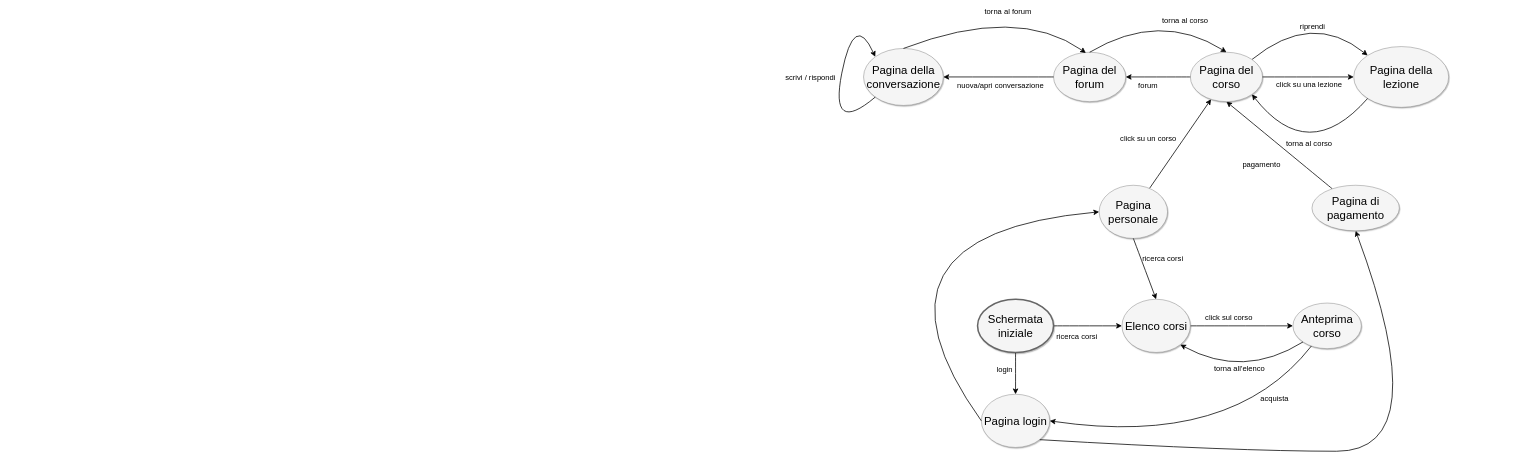
This is Untitled Diagram.drawio from PaleAle0704/tdp, a draw.io file, before an edit. Source tidied: cells renumbered, new cells numbered last; positions are measured from the earlier drawing's top-left corner, leaving out a move shared by most shapes. Both pictures are drawn from the tidied source at 38%, with x=0, y=0 at pixel (829, 5).
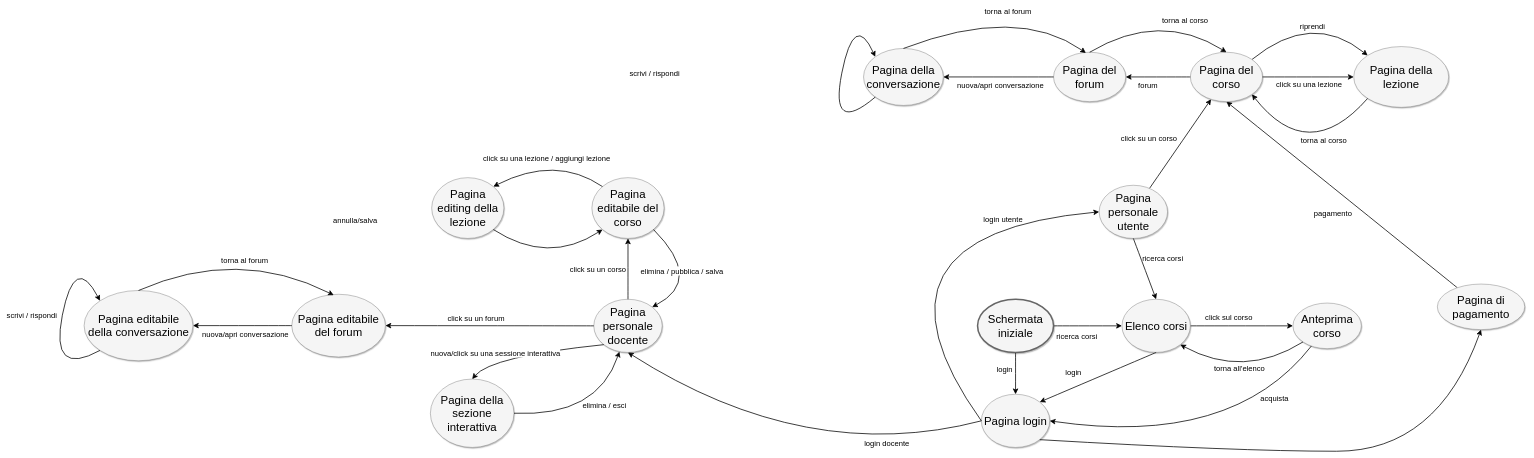
The same page after the edit.

The change refers to these unchanged cells:
```xml
<mxCell id="7" style="edgeStyle=none;curved=1;html=1;startSize=10;endFill=1;endSize=10;strokeWidth=2;fontSize=12;entryX=0.5;entryY=1;entryDx=0;entryDy=0;" parent="1" edge="1" source="21" target="18">
  <mxGeometry relative="1" as="geometry" />
</mxCell>
<mxCell id="9" style="edgeStyle=none;curved=1;html=1;startSize=10;endFill=1;endSize=10;strokeWidth=2;fontSize=12;" parent="1" edge="1" source="11" target="18">
  <mxGeometry relative="1" as="geometry" />
</mxCell>
<mxCell id="14" value="Elenco corsi" style="ellipse;whiteSpace=wrap;html=1;rounded=0;shadow=1;strokeColor=#666666;strokeWidth=1;fontSize=30;align=center;fillColor=#f5f5f5;" parent="1" vertex="1">
  <mxGeometry x="770" y="775" width="180" height="140" as="geometry" />
</mxCell>
<mxCell id="27" style="edgeStyle=none;curved=1;html=1;startSize=10;endFill=1;endSize=10;strokeWidth=2;fontSize=12;exitX=0;exitY=1;exitDx=0;exitDy=0;entryX=1;entryY=1;entryDx=0;entryDy=0;" parent="1" edge="1" source="25" target="18">
  <mxGeometry relative="1" as="geometry">
    <Array as="points">
      <mxPoint x="1259.9" y="425" />
    </Array>
  </mxGeometry>
</mxCell>
<mxCell id="31" value="Pagina login" style="ellipse;whiteSpace=wrap;html=1;rounded=0;shadow=1;strokeColor=#666666;strokeWidth=1;fontSize=30;align=center;fillColor=#f5f5f5;" parent="1" vertex="1">
  <mxGeometry x="400" y="1025" width="180" height="140" as="geometry" />
</mxCell>
<mxCell id="44" style="edgeStyle=none;curved=1;html=1;startSize=10;endFill=1;endSize=10;strokeWidth=2;fontSize=12;entryX=0;entryY=0;entryDx=0;entryDy=0;exitX=0;exitY=1;exitDx=0;exitDy=0;" parent="1" edge="1" source="39" target="39">
  <mxGeometry relative="1" as="geometry">
    <Array as="points">
      <mxPoint y="345" />
      <mxPoint x="65.5" y="15" />
    </Array>
  </mxGeometry>
</mxCell>
```

What changed in the source:
```diff
@@
     <mxCell id="8" value="pagamento" style="text;html=1;align=center;verticalAlign=middle;labelBackgroundColor=#ffffff;fontSize=20;" parent="7" vertex="1">
       <mxGeometry x="0.15" relative="1" as="geometry">
-        <mxPoint x="-27" y="67" as="offset" />
+        <mxPoint x="22" y="85" as="offset" />
       </mxGeometry>
     </mxCell>
@@
     <mxCell id="10" value="click su un corso" style="text;html=1;align=center;verticalAlign=middle;labelBackgroundColor=#ffffff;fontSize=20;" parent="9" vertex="1">
       <mxGeometry x="0.17" y="-3" relative="1" as="geometry">
-        <mxPoint x="-101" y="4" as="offset" />
+        <mxPoint x="-99" y="4" as="offset" />
       </mxGeometry>
     </mxCell>
-    <mxCell id="11" value="Pagina personale" style="ellipse;whiteSpace=wrap;html=1;rounded=0;shadow=1;strokeColor=#666666;strokeWidth=1;fontSize=30;align=center;fillColor=#f5f5f5;" parent="1" vertex="1">
+    <mxCell id="11" value="&lt;div&gt;Pagina personale&lt;/div&gt;&lt;div&gt;utente&lt;br&gt;&lt;/div&gt;" style="ellipse;whiteSpace=wrap;html=1;rounded=0;shadow=1;strokeColor=#666666;strokeWidth=1;fontSize=30;align=center;fillColor=#f5f5f5;" parent="1" vertex="1">
       <mxGeometry x="710" y="475" width="180" height="140" as="geometry" />
     </mxCell>
@@
     <mxCell id="21" value="Pagina di pagamento" style="ellipse;whiteSpace=wrap;html=1;rounded=0;shadow=1;strokeColor=#666666;strokeWidth=1;fontSize=30;align=center;fillColor=#f5f5f5;" parent="1" vertex="1">
-      <mxGeometry x="1270" y="475" width="230" height="120" as="geometry" />
+      <mxGeometry x="1600" y="735" width="230" height="120" as="geometry" />
     </mxCell>
@@
     <mxCell id="28" value="torna al corso" style="text;html=1;align=center;verticalAlign=middle;labelBackgroundColor=#ffffff;fontSize=20;" parent="27" vertex="1">
       <mxGeometry x="-0.07" y="-5" relative="1" as="geometry">
-        <mxPoint x="-5" y="-47" as="offset" />
+        <mxPoint x="34" y="-55" as="offset" />
       </mxGeometry>
     </mxCell>
@@
     <mxCell id="45" value="scrivi / rispondi" style="text;html=1;align=center;verticalAlign=middle;labelBackgroundColor=#ffffff;fontSize=20;" parent="44" vertex="1">
       <mxGeometry x="0.17" y="-3" relative="1" as="geometry">
-        <mxPoint x="-94" y="50" as="offset" />
+        <mxPoint x="-504" y="40" as="offset" />
       </mxGeometry>
     </mxCell>
+    <mxCell id="46" style="edgeStyle=none;curved=1;html=1;startSize=10;endArrow=classic;endFill=1;endSize=10;strokeColor=#000000;strokeWidth=2;fontSize=12;entryX=1;entryY=0;entryDx=0;entryDy=0;exitX=0.5;exitY=1;exitDx=0;exitDy=0;" parent="1" edge="1" source="14" target="31">
+      <mxGeometry relative="1" as="geometry" />
+    </mxCell>
+    <mxCell id="47" value="login" style="text;html=1;align=center;verticalAlign=middle;labelBackgroundColor=none;fontSize=20;" parent="46" vertex="1">
+      <mxGeometry x="0.25" y="-5" relative="1" as="geometry">
+        <mxPoint x="-25" y="-25" as="offset" />
+      </mxGeometry>
+    </mxCell>
+    <mxCell id="48" value="login utente" style="text;html=1;align=center;verticalAlign=middle;labelBackgroundColor=none;fontSize=20;" parent="1" vertex="1">
+      <mxGeometry x="1540" y="1055" as="geometry">
+        <mxPoint x="-1084" y="-492" as="offset" />
+      </mxGeometry>
+    </mxCell>
+    <mxCell id="49" value="&lt;div&gt;Pagina personale&lt;/div&gt;&lt;div&gt;docente&lt;br&gt;&lt;/div&gt;" style="ellipse;whiteSpace=wrap;html=1;rounded=0;shadow=1;strokeColor=#666666;strokeWidth=1;fontSize=30;align=center;fillColor=#f5f5f5;" parent="1" vertex="1">
+      <mxGeometry x="-619.9" y="775" width="180" height="140" as="geometry" />
+    </mxCell>
+    <mxCell id="50" style="edgeStyle=none;curved=1;html=1;startSize=10;endArrow=classic;endFill=1;endSize=10;strokeColor=#000000;strokeWidth=2;fontSize=12;entryX=0.5;entryY=1;entryDx=0;entryDy=0;exitX=0;exitY=0.5;exitDx=0;exitDy=0;" parent="1" edge="1" source="31" target="49">
+      <mxGeometry relative="1" as="geometry">
+        <Array as="points">
+          <mxPoint x="-60" y="1215" />
+        </Array>
+      </mxGeometry>
+    </mxCell>
+    <mxCell id="51" value="login docente" style="text;html=1;align=center;verticalAlign=middle;labelBackgroundColor=#ffffff;fontSize=20;" parent="1" vertex="1">
+      <mxGeometry x="160" y="1155" as="geometry">
+        <mxPoint x="-10" y="-2" as="offset" />
+      </mxGeometry>
+    </mxCell>
+    <mxCell id="52" value="Pagina editabile del corso" style="ellipse;whiteSpace=wrap;html=1;rounded=0;shadow=1;strokeColor=#666666;strokeWidth=1;fontSize=30;align=center;fillColor=#f5f5f5;" parent="1" vertex="1">
+      <mxGeometry x="-624.9" y="455" width="190" height="160" as="geometry" />
+    </mxCell>
+    <mxCell id="53" style="edgeStyle=none;curved=1;html=1;startSize=10;endFill=1;endSize=10;strokeWidth=2;fontSize=12;entryX=0.5;entryY=1;entryDx=0;entryDy=0;exitX=0.5;exitY=0;exitDx=0;exitDy=0;" parent="1" edge="1" source="49" target="52">
+      <mxGeometry relative="1" as="geometry" />
+    </mxCell>
+    <mxCell id="54" value="click su un corso" style="text;html=1;align=center;verticalAlign=middle;labelBackgroundColor=#ffffff;fontSize=20;" parent="53" vertex="1">
+      <mxGeometry x="-0.07" y="-2" relative="1" as="geometry">
+        <mxPoint x="-82" y="-6" as="offset" />
+      </mxGeometry>
+    </mxCell>
+    <mxCell id="55" value="Pagina editing della lezione" style="ellipse;whiteSpace=wrap;html=1;rounded=0;shadow=1;strokeColor=#666666;strokeWidth=1;fontSize=30;align=center;fillColor=#f5f5f5;" parent="1" vertex="1">
+      <mxGeometry x="-1046.4" y="455" width="190" height="160" as="geometry" />
+    </mxCell>
+    <mxCell id="56" style="edgeStyle=none;curved=1;html=1;startSize=10;endFill=1;endSize=10;strokeWidth=2;fontSize=12;entryX=1;entryY=0;entryDx=0;entryDy=0;exitX=0;exitY=0;exitDx=0;exitDy=0;" parent="1" edge="1" source="52" target="55">
+      <mxGeometry relative="1" as="geometry">
+        <Array as="points">
+          <mxPoint x="-719.9" y="395" />
+        </Array>
+      </mxGeometry>
+    </mxCell>
+    <mxCell id="57" value="click su una lezione / aggiungi lezione" style="text;html=1;align=center;verticalAlign=middle;labelBackgroundColor=#ffffff;fontSize=20;" parent="56" vertex="1">
+      <mxGeometry x="-0.07" y="-2" relative="1" as="geometry">
+        <mxPoint x="-18" y="7" as="offset" />
+      </mxGeometry>
+    </mxCell>
+    <mxCell id="58" style="edgeStyle=none;curved=1;html=1;startSize=10;endFill=1;endSize=10;strokeWidth=2;fontSize=12;entryX=0;entryY=1;entryDx=0;entryDy=0;exitX=1;exitY=1;exitDx=0;exitDy=0;" parent="1" edge="1" source="55" target="52">
+      <mxGeometry relative="1" as="geometry">
+        <Array as="points">
+          <mxPoint x="-739.9" y="685" />
+        </Array>
+      </mxGeometry>
+    </mxCell>
+    <mxCell id="59" value="annulla/salva" style="text;html=1;align=center;verticalAlign=middle;labelBackgroundColor=#ffffff;fontSize=20;" parent="58" vertex="1">
+      <mxGeometry x="-0.07" y="-2" relative="1" as="geometry">
+        <mxPoint x="-497" y="-114" as="offset" />
+      </mxGeometry>
+    </mxCell>
+    <mxCell id="60" style="edgeStyle=none;curved=1;html=1;startSize=10;endFill=1;endSize=10;strokeWidth=2;fontSize=12;entryX=1;entryY=0;entryDx=0;entryDy=0;exitX=1;exitY=1;exitDx=0;exitDy=0;" parent="1" edge="1" source="52" target="49">
+      <mxGeometry relative="1" as="geometry">
+        <Array as="points">
+          <mxPoint x="-329.9" y="725" />
+        </Array>
+      </mxGeometry>
+    </mxCell>
+    <mxCell id="61" value="elimina / pubblica / salva" style="text;html=1;align=center;verticalAlign=middle;labelBackgroundColor=#ffffff;fontSize=20;" parent="60" vertex="1">
+      <mxGeometry x="-0.07" y="-2" relative="1" as="geometry">
+        <mxPoint x="-37" y="-6" as="offset" />
+      </mxGeometry>
+    </mxCell>
+    <mxCell id="62" value="Pagina editabile del forum" style="ellipse;whiteSpace=wrap;html=1;rounded=0;shadow=1;strokeColor=#666666;strokeWidth=1;fontSize=30;align=center;fillColor=#f5f5f5;" parent="1" vertex="1">
+      <mxGeometry x="-1414.7" y="761.9" width="246.5" height="165" as="geometry" />
+    </mxCell>
+    <mxCell id="63" value="Pagina editabile della conversazione" style="ellipse;whiteSpace=wrap;html=1;rounded=0;shadow=1;strokeColor=#666666;strokeWidth=1;fontSize=30;align=center;fillColor=#f5f5f5;" parent="1" vertex="1">
+      <mxGeometry x="-1961.2" y="751.9" width="286.5" height="185" as="geometry" />
+    </mxCell>
+    <mxCell id="64" style="edgeStyle=none;curved=1;html=1;startSize=10;endFill=1;endSize=10;strokeWidth=2;fontSize=12;exitX=0;exitY=0.5;exitDx=0;exitDy=0;" parent="1" edge="1" source="62" target="63">
+      <mxGeometry relative="1" as="geometry" />
+    </mxCell>
+    <mxCell id="65" value="nuova/apri conversazione" style="text;html=1;align=center;verticalAlign=middle;labelBackgroundColor=#ffffff;fontSize=20;" parent="64" vertex="1">
+      <mxGeometry x="0.17" y="-3" relative="1" as="geometry">
+        <mxPoint x="29" y="24" as="offset" />
+      </mxGeometry>
+    </mxCell>
+    <mxCell id="66" style="edgeStyle=none;curved=1;html=1;startSize=10;endFill=1;endSize=10;strokeWidth=2;fontSize=12;entryX=0.448;entryY=0.014;entryDx=0;entryDy=0;exitX=0.5;exitY=0;exitDx=0;exitDy=0;entryPerimeter=0;" parent="1" edge="1" source="63" target="62">
+      <mxGeometry relative="1" as="geometry">
+        <Array as="points">
+          <mxPoint x="-1556.2" y="636.9" />
+        </Array>
+      </mxGeometry>
+    </mxCell>
+    <mxCell id="67" value="torna al forum" style="text;html=1;align=center;verticalAlign=middle;labelBackgroundColor=#ffffff;fontSize=20;" parent="66" vertex="1">
+      <mxGeometry x="0.17" y="-3" relative="1" as="geometry">
+        <mxPoint x="-23" y="12" as="offset" />
+      </mxGeometry>
+    </mxCell>
+    <mxCell id="68" style="edgeStyle=none;curved=1;html=1;startSize=10;endFill=1;endSize=10;strokeWidth=2;fontSize=12;entryX=0;entryY=0;entryDx=0;entryDy=0;exitX=0;exitY=1;exitDx=0;exitDy=0;" parent="1" edge="1" source="63" target="63">
+      <mxGeometry relative="1" as="geometry">
+        <Array as="points">
+          <mxPoint x="-2051.2" y="981.9" />
+          <mxPoint x="-1985.7" y="651.9" />
+        </Array>
+      </mxGeometry>
+    </mxCell>
+    <mxCell id="69" value="scrivi / rispondi" style="text;html=1;align=center;verticalAlign=middle;labelBackgroundColor=#ffffff;fontSize=20;" parent="68" vertex="1">
+      <mxGeometry x="0.17" y="-3" relative="1" as="geometry">
+        <mxPoint x="-94" y="50" as="offset" />
+      </mxGeometry>
+    </mxCell>
+    <mxCell id="70" style="edgeStyle=none;curved=1;html=1;startSize=10;endFill=1;endSize=10;strokeWidth=2;fontSize=12;exitX=0;exitY=0.5;exitDx=0;exitDy=0;entryX=1;entryY=0.5;entryDx=0;entryDy=0;" parent="1" edge="1" source="49" target="62">
+      <mxGeometry relative="1" as="geometry" />
+    </mxCell>
+    <mxCell id="71" value="click su un forum" style="text;html=1;align=center;verticalAlign=middle;labelBackgroundColor=#ffffff;fontSize=20;" parent="70" vertex="1">
+      <mxGeometry x="0.17" y="-3" relative="1" as="geometry">
+        <mxPoint x="10" y="-17" as="offset" />
+      </mxGeometry>
+    </mxCell>
+    <mxCell id="72" value="Pagina della sezione interattiva" style="ellipse;whiteSpace=wrap;html=1;rounded=0;shadow=1;strokeColor=#666666;strokeWidth=1;fontSize=30;align=center;fillColor=#f5f5f5;" parent="1" vertex="1">
+      <mxGeometry x="-1049.9" y="985" width="220" height="180" as="geometry" />
+    </mxCell>
+    <mxCell id="73" style="edgeStyle=none;curved=1;html=1;startSize=10;endFill=1;endSize=10;strokeWidth=2;fontSize=12;exitX=0;exitY=1;exitDx=0;exitDy=0;entryX=0.5;entryY=0;entryDx=0;entryDy=0;" parent="1" edge="1" source="49" target="72">
+      <mxGeometry relative="1" as="geometry">
+        <Array as="points">
+          <mxPoint x="-889.9" y="925" />
+        </Array>
+      </mxGeometry>
+    </mxCell>
+    <mxCell id="74" value="nuova/click su una sessione interattiva" style="text;html=1;align=center;verticalAlign=middle;labelBackgroundColor=#ffffff;fontSize=20;" parent="73" vertex="1">
+      <mxGeometry x="0.17" y="-3" relative="1" as="geometry">
+        <mxPoint x="-67" y="1" as="offset" />
+      </mxGeometry>
+    </mxCell>
+    <mxCell id="75" style="edgeStyle=none;curved=1;html=1;startSize=10;endFill=1;endSize=10;strokeWidth=2;fontSize=12;exitX=1;exitY=0.5;exitDx=0;exitDy=0;" parent="1" edge="1" source="72" target="49">
+      <mxGeometry relative="1" as="geometry">
+        <Array as="points">
+          <mxPoint x="-610" y="1085" />
+        </Array>
+      </mxGeometry>
+    </mxCell>
+    <mxCell id="76" value="elimina / esci" style="text;html=1;align=center;verticalAlign=middle;labelBackgroundColor=#ffffff;fontSize=20;" parent="75" vertex="1">
+      <mxGeometry x="0.17" y="-3" relative="1" as="geometry">
+        <mxPoint x="10" y="-17" as="offset" />
+      </mxGeometry>
+    </mxCell>
```
